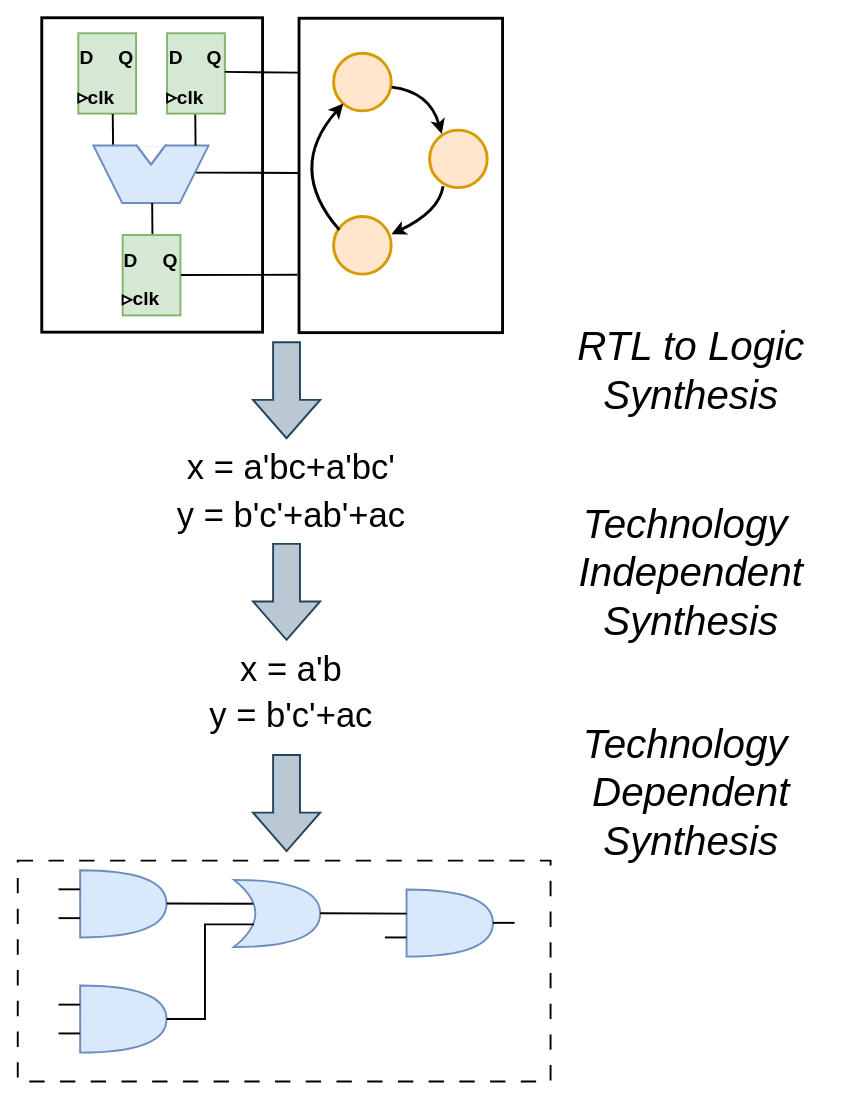
Above: logicsynthesis.drawio in kxzhu0505/LogicSynOpt (draw.io), before the change. Source tidied: cells renumbered, new cells numbered last; positions are measured from the earlier drawing's top-left corner, leaving out a move shared by most shapes. Both pictures are drawn from the tidied source at 96%, with x=0, y=0 at pixel (17, 17).
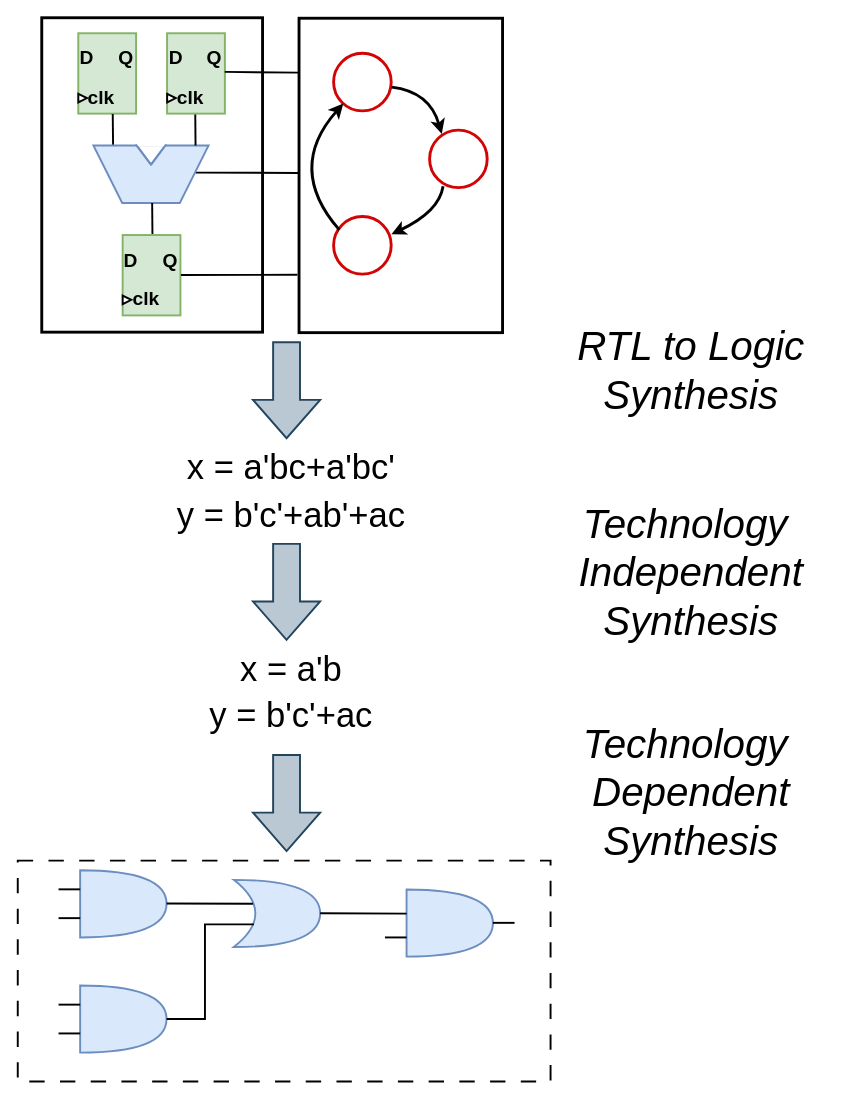
The same page after the edit.

Change to the diagram source:
```diff
@@
-    <mxCell id="4" style="ellipse;whiteSpace=wrap;html=1;fillColor=#ffe6cc;strokeColor=#d79b00;strokeWidth=3;fontFamily=Helvetica;" parent="1" vertex="1">
+    <mxCell id="4" style="ellipse;whiteSpace=wrap;html=1;strokeWidth=3;fontFamily=Helvetica;strokeColor=#d20404;" parent="1" vertex="1">
       <mxGeometry x="329" y="37" width="60" height="60" as="geometry" />
     </mxCell>
-    <mxCell id="5" style="ellipse;whiteSpace=wrap;html=1;fillColor=#ffe6cc;strokeColor=#d79b00;strokeWidth=3;fontFamily=Helvetica;" parent="1" vertex="1">
+    <mxCell id="5" style="ellipse;whiteSpace=wrap;html=1;strokeWidth=3;fontFamily=Helvetica;strokeColor=#d20404;" parent="1" vertex="1">
       <mxGeometry x="429" y="117" width="60" height="60" as="geometry" />
     </mxCell>
-    <mxCell id="6" style="ellipse;whiteSpace=wrap;html=1;fillColor=#ffe6cc;strokeColor=#d79b00;strokeWidth=3;fontFamily=Helvetica;" parent="1" vertex="1">
+    <mxCell id="6" style="ellipse;whiteSpace=wrap;html=1;strokeWidth=3;fontFamily=Helvetica;strokeColor=#d20404;" parent="1" vertex="1">
       <mxGeometry x="329" y="207" width="60" height="60" as="geometry" />
     </mxCell>
```
